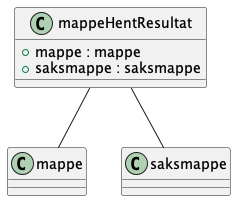
Before: Dokumentasjon/V1/SchemaModels/no/ks/fiks/arkiv/v1/innsyn/mappe/hent/resultat-relations.png, a diagram exported from PlantUML (ks-no/fiks-arkiv-specification). Source of this version:
```plantuml
@startuml

class mappeHentResultat {
    +mappe : mappe
    +saksmappe : saksmappe
}
mappeHentResultat -- mappe
mappeHentResultat -- saksmappe

@enduml
```
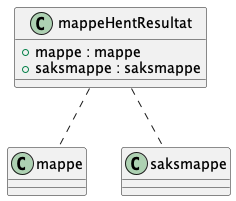
After the change.

Change to the diagram source:
```diff
@@ -1,10 +1,7 @@
 @startuml
+!include resultat.pu
 
-class mappeHentResultat {
-    +mappe : mappe
-    +saksmappe : saksmappe
-}
-mappeHentResultat -- mappe
-mappeHentResultat -- saksmappe
+mappeHentResultat .. mappe
+mappeHentResultat .. saksmappe
 
 @enduml
```
